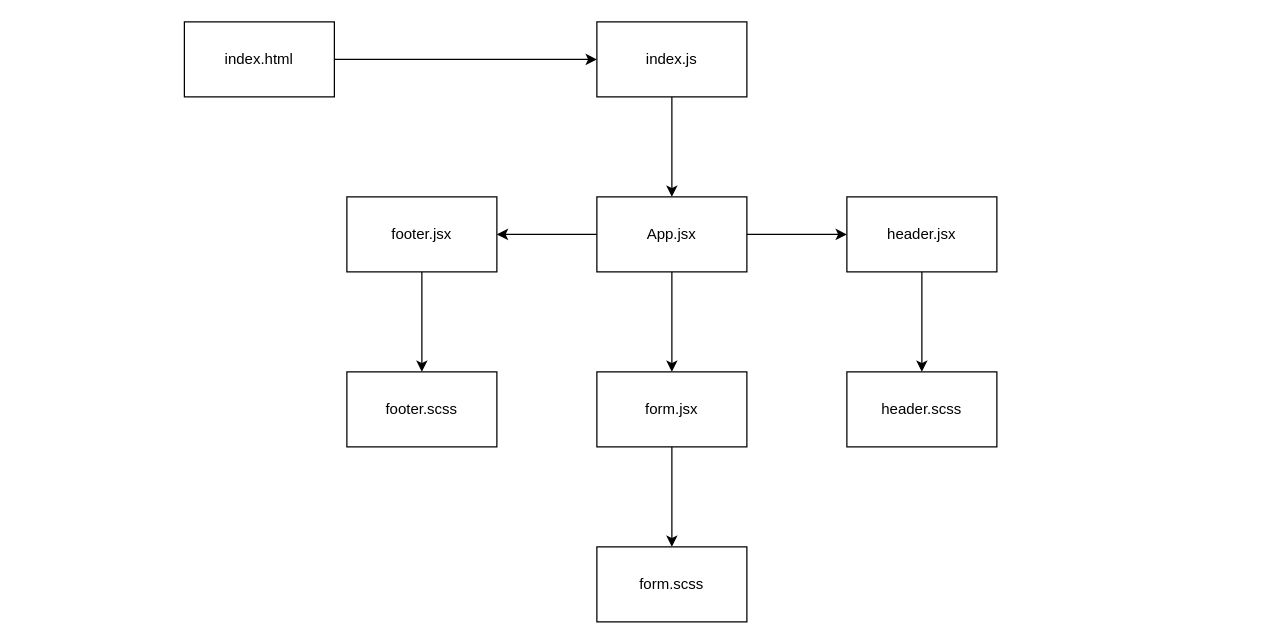
This is Untitled Diagram.drawio from ahmad-arman/RESTy, a draw.io file, before an edit. Source tidied: cells renumbered, new cells numbered last; positions are measured from the earlier drawing's top-left corner, leaving out a move shared by most shapes. Both pictures are drawn from the tidied source at 125%, with x=0, y=0 at pixel (184, 21).
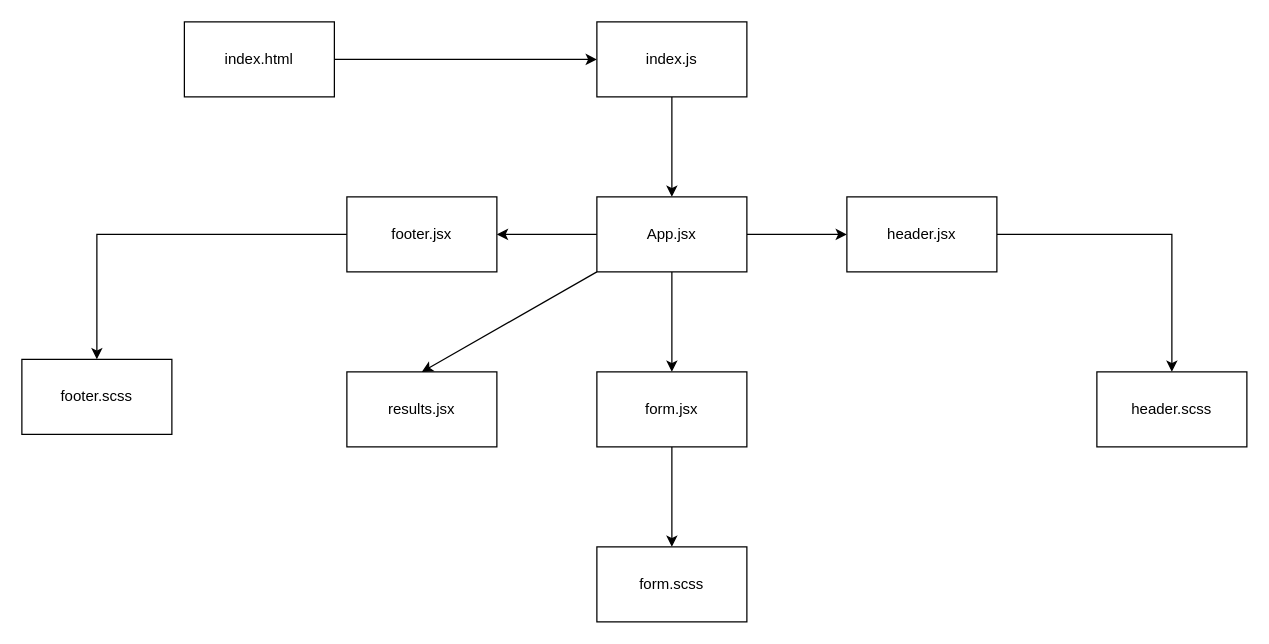
After the change.

Unchanged cells that the change refers to:
```xml
<mxCell id="9" value="App.jsx" style="rounded=0;whiteSpace=wrap;html=1;" parent="1" vertex="1">
  <mxGeometry x="330" y="140" width="120" height="60" as="geometry" />
</mxCell>
```

The edit, as a diff of the source:
```diff
@@
     <mxCell id="17" value="header.scss" style="rounded=0;whiteSpace=wrap;html=1;" parent="1" vertex="1">
-      <mxGeometry x="530" y="280" width="120" height="60" as="geometry" />
+      <mxGeometry x="730" y="280" width="120" height="60" as="geometry" />
     </mxCell>
     <mxCell id="18" value="footer.scss" style="rounded=0;whiteSpace=wrap;html=1;" parent="1" vertex="1">
-      <mxGeometry x="130" y="280" width="120" height="60" as="geometry" />
+      <mxGeometry x="-130" y="270" width="120" height="60" as="geometry" />
     </mxCell>
+    <mxCell id="19" value="results.jsx" style="rounded=0;whiteSpace=wrap;html=1;" parent="1" vertex="1">
+      <mxGeometry x="130" y="280" width="120" height="60" as="geometry" />
+    </mxCell>
+    <mxCell id="20" style="endArrow=classic;html=1;entryX=0.5;entryY=0;entryDx=0;entryDy=0;exitX=0;exitY=1;exitDx=0;exitDy=0;" parent="1" edge="1" source="9" target="19">
+      <mxGeometry relative="1" as="geometry" />
+    </mxCell>
```
